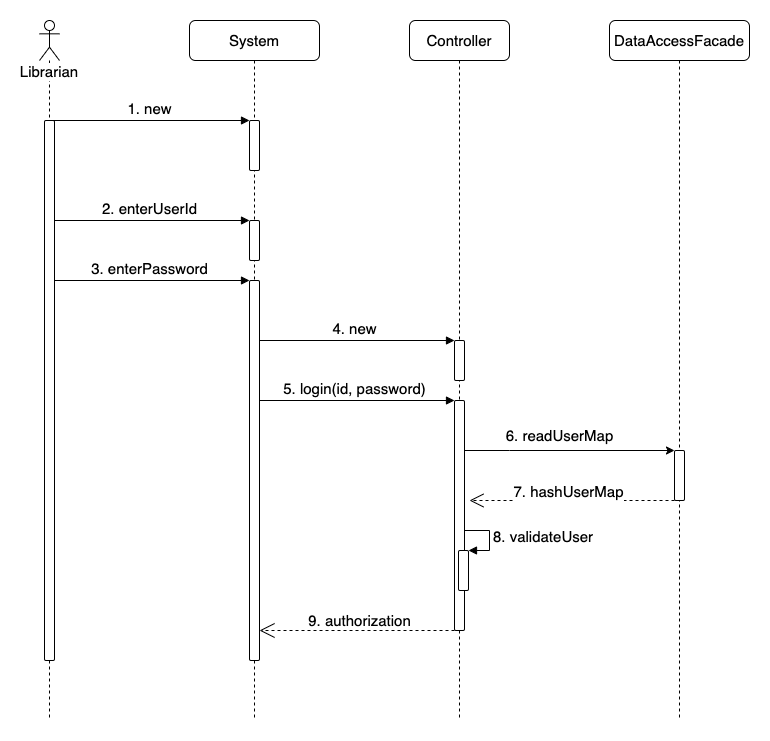
The draw.io diagram uml/1_LibrarianLoginSequenceDiagram.png in mthuong/mpp-project, before a commit. Source tidied: cells renumbered, new cells last; positions are measured from the earlier drawing's top-left corner, leaving out a move shared by most shapes.
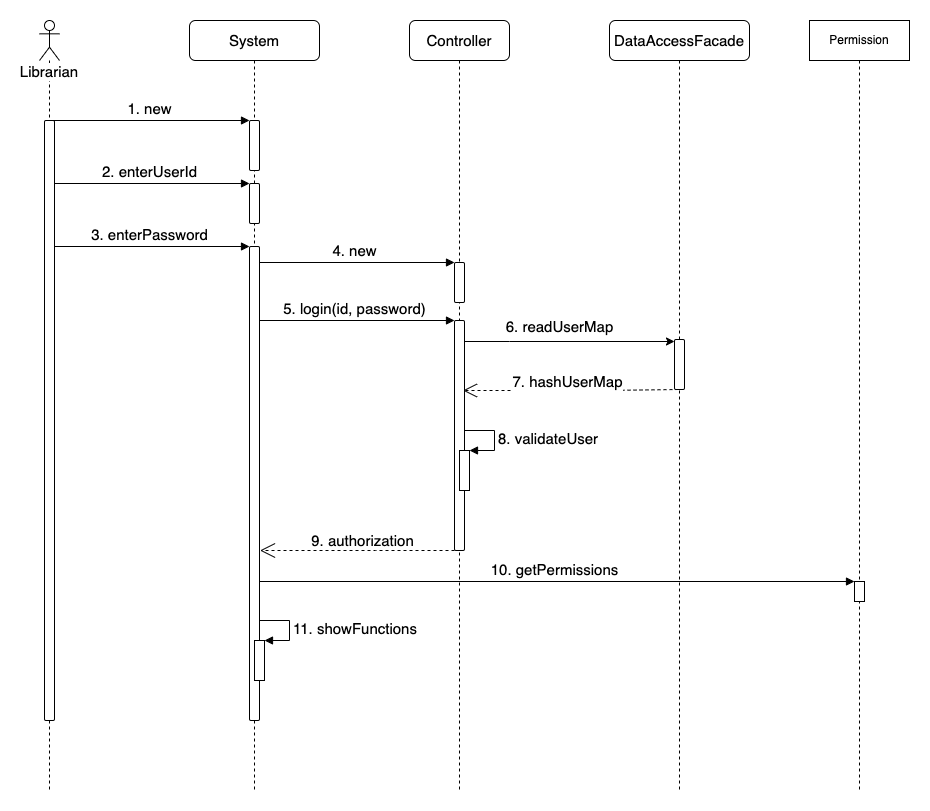
After the change.

Commit message:
Update logiin sequence diagram

Change to the diagram source:
```diff
@@ -2,6 +2,12 @@
   <root>
     <mxCell id="0" />
     <mxCell id="1" parent="0" />
+    <mxCell id="24" value="&lt;font style=&quot;font-size: 15px&quot;&gt;10. getPermissions&lt;/font&gt;" style="html=1;verticalAlign=bottom;endArrow=block;entryX=0;entryY=0;rounded=0;" parent="1" edge="1">
+      <mxGeometry relative="1" as="geometry">
+        <mxPoint x="214.5" y="561" as="sourcePoint" />
+        <mxPoint x="815" y="561" as="targetPoint" />
+      </mxGeometry>
+    </mxCell>
     <mxCell id="2" value="5. login(id, password)" style="html=1;verticalAlign=bottom;endArrow=block;entryX=0;entryY=0;rounded=0;fontSize=15;" parent="1" edge="1" source="8" target="16">
       <mxGeometry relative="1" as="geometry" />
     </mxCell>
@@ -15,64 +21,78 @@
       <mxGeometry relative="1" as="geometry" />
     </mxCell>
     <mxCell id="6" value="Librarian" style="shape=umlLifeline;participant=umlActor;perimeter=lifelinePerimeter;whiteSpace=wrap;html=1;verticalAlign=top;spacingTop=36;outlineConnect=0;sketch=0;shadow=0;rounded=0;glass=0;gradientColor=none;fontSize=15;spacing=2;labelBackgroundColor=default;" parent="1" vertex="1">
-      <mxGeometry width="20" height="700" as="geometry" />
+      <mxGeometry width="20" height="770" as="geometry" />
     </mxCell>
     <mxCell id="7" style="html=1;perimeter=orthogonalPerimeter;rounded=1;shadow=0;glass=0;sketch=0;fontSize=15;gradientColor=none;" parent="6" vertex="1">
-      <mxGeometry x="5" y="100" width="10" height="540" as="geometry" />
+      <mxGeometry x="5" y="100" width="10" height="600" as="geometry" />
     </mxCell>
     <mxCell id="8" value="System" style="shape=umlLifeline;perimeter=lifelinePerimeter;whiteSpace=wrap;html=1;outlineConnect=0;rounded=1;shadow=0;glass=0;sketch=0;fontSize=15;gradientColor=none;" parent="1" vertex="1">
-      <mxGeometry x="150" width="130" height="700" as="geometry" />
+      <mxGeometry x="150" width="130" height="770" as="geometry" />
     </mxCell>
     <mxCell id="9" style="html=1;points=[];perimeter=orthogonalPerimeter;rounded=1;shadow=0;glass=0;sketch=0;fontSize=15;gradientColor=none;" parent="8" vertex="1">
       <mxGeometry x="60" y="100" width="10" height="50" as="geometry" />
     </mxCell>
     <mxCell id="10" style="html=1;points=[];perimeter=orthogonalPerimeter;rounded=1;shadow=0;glass=0;sketch=0;fontSize=15;gradientColor=none;" parent="8" vertex="1">
-      <mxGeometry x="60" y="200" width="10" height="40" as="geometry" />
+      <mxGeometry x="60" y="163" width="10" height="40" as="geometry" />
     </mxCell>
     <mxCell id="11" style="html=1;points=[];perimeter=orthogonalPerimeter;rounded=1;shadow=0;glass=0;sketch=0;fontSize=15;gradientColor=none;" parent="8" vertex="1">
-      <mxGeometry x="60" y="260" width="10" height="380" as="geometry" />
+      <mxGeometry x="60" y="226" width="10" height="474" as="geometry" />
     </mxCell>
+    <mxCell id="25" style="html=1;points=[];perimeter=orthogonalPerimeter;fontSize=15;" parent="8" vertex="1">
+      <mxGeometry x="65" y="620" width="10" height="40" as="geometry" />
+    </mxCell>
+    <mxCell id="26" value="11. showFunctions" style="edgeStyle=orthogonalEdgeStyle;html=1;align=left;spacingLeft=2;endArrow=block;rounded=0;entryX=1;entryY=0;fontSize=15;" parent="8" edge="1" target="25">
+      <mxGeometry relative="1" as="geometry">
+        <mxPoint x="70" y="600" as="sourcePoint" />
+        <Array as="points">
+          <mxPoint x="100" y="600" />
+        </Array>
+      </mxGeometry>
+    </mxCell>
     <mxCell id="12" value="1. new" style="html=1;verticalAlign=bottom;endArrow=block;entryX=0;entryY=0;rounded=0;fontSize=15;" parent="1" edge="1" source="6" target="9">
       <mxGeometry relative="1" as="geometry" />
     </mxCell>
     <mxCell id="13" value="Controller" style="shape=umlLifeline;perimeter=lifelinePerimeter;whiteSpace=wrap;html=1;rounded=1;shadow=0;glass=0;sketch=0;fontSize=15;gradientColor=none;" parent="1" vertex="1">
-      <mxGeometry x="370" width="100" height="700" as="geometry" />
+      <mxGeometry x="370" width="100" height="770" as="geometry" />
     </mxCell>
-    <mxCell id="14" value="8. validateUser" style="edgeStyle=orthogonalEdgeStyle;html=1;align=left;spacingLeft=2;endArrow=block;rounded=0;entryX=1;entryY=0;fontSize=15;" parent="13" edge="1" target="17">
-      <mxGeometry relative="1" as="geometry">
-        <mxPoint x="50" y="510" as="sourcePoint" />
-        <Array as="points">
-          <mxPoint x="80" y="510" />
-        </Array>
-      </mxGeometry>
-    </mxCell>
     <mxCell id="15" style="html=1;points=[];perimeter=orthogonalPerimeter;rounded=1;shadow=0;glass=0;sketch=0;fontSize=15;gradientColor=none;" parent="13" vertex="1">
-      <mxGeometry x="45" y="320" width="10" height="40" as="geometry" />
+      <mxGeometry x="45" y="242" width="10" height="40" as="geometry" />
     </mxCell>
     <mxCell id="16" style="html=1;points=[];perimeter=orthogonalPerimeter;rounded=1;shadow=0;glass=0;sketch=0;fontSize=15;gradientColor=none;" parent="13" vertex="1">
-      <mxGeometry x="45" y="380" width="10" height="230" as="geometry" />
+      <mxGeometry x="45" y="300" width="10" height="230" as="geometry" />
     </mxCell>
-    <mxCell id="17" style="html=1;points=[];perimeter=orthogonalPerimeter;rounded=1;shadow=0;glass=0;sketch=0;fontSize=15;gradientColor=none;" parent="13" vertex="1">
-      <mxGeometry x="49" y="530" width="10" height="40" as="geometry" />
-    </mxCell>
+    <mxCell id="27" style="html=1;points=[];perimeter=orthogonalPerimeter;fontSize=15;" parent="13" vertex="1">
+      <mxGeometry x="50" y="430" width="10" height="40" as="geometry" />
+    </mxCell>
+    <mxCell id="14" value="8. validateUser" style="edgeStyle=orthogonalEdgeStyle;html=1;align=left;spacingLeft=2;endArrow=block;rounded=0;entryX=1;entryY=0;fontSize=15;" parent="13" edge="1" target="27">
+      <mxGeometry relative="1" as="geometry">
+        <mxPoint x="55" y="410" as="sourcePoint" />
+        <Array as="points">
+          <mxPoint x="85" y="410" />
+        </Array>
+      </mxGeometry>
+    </mxCell>
     <mxCell id="18" value="DataAccessFacade" style="shape=umlLifeline;perimeter=lifelinePerimeter;whiteSpace=wrap;html=1;rounded=1;shadow=0;glass=0;sketch=0;fontSize=15;gradientColor=none;" parent="1" vertex="1">
-      <mxGeometry x="570" width="140" height="700" as="geometry" />
+      <mxGeometry x="570" width="140" height="770" as="geometry" />
     </mxCell>
     <mxCell id="19" style="html=1;points=[];perimeter=orthogonalPerimeter;rounded=1;shadow=0;glass=0;sketch=0;fontSize=15;gradientColor=none;" parent="18" vertex="1">
-      <mxGeometry x="65" y="430" width="10" height="50" as="geometry" />
+      <mxGeometry x="65" y="319" width="10" height="50" as="geometry" />
     </mxCell>
-    <mxCell id="20" value="6.&amp;nbsp;readUserMap" style="rounded=0;jettySize=auto;html=1;fontSize=15;" parent="1" edge="1" source="16" target="19">
+    <mxCell id="20" value="6.&amp;nbsp;readUserMap" style="rounded=0;orthogonalLoop=1;jettySize=auto;html=1;fontSize=15;" parent="1" edge="1">
       <mxGeometry x="-0.1" y="15" relative="1" as="geometry">
+        <mxPoint x="425" y="321" as="sourcePoint" />
+        <mxPoint x="635" y="321" as="targetPoint" />
         <Array as="points">
-          <mxPoint x="470" y="430" />
+          <mxPoint x="470" y="321" />
         </Array>
       </mxGeometry>
     </mxCell>
-    <mxCell id="21" style="edgeStyle=none;rounded=0;jettySize=auto;html=1;fontSize=15;dashed=1;endArrow=open;endFill=0;endSize=12;" parent="1" edge="1" source="19">
+    <mxCell id="21" style="edgeStyle=none;rounded=0;orthogonalLoop=1;jettySize=auto;html=1;fontSize=15;dashed=1;endArrow=open;endFill=0;endSize=12;" parent="1" edge="1">
       <mxGeometry relative="1" as="geometry">
-        <mxPoint x="430" y="480" as="targetPoint" />
+        <mxPoint x="639" y="369" as="sourcePoint" />
+        <mxPoint x="423.5" y="370" as="targetPoint" />
         <Array as="points">
-          <mxPoint x="570" y="480" />
+          <mxPoint x="564" y="370" />
         </Array>
       </mxGeometry>
     </mxCell>
@@ -81,13 +101,20 @@
         <mxPoint y="-7" as="offset" />
       </mxGeometry>
     </mxCell>
-    <mxCell id="23" value="9. authorization" style="edgeStyle=none;rounded=0;jettySize=auto;html=1;fontSize=15;dashed=1;endArrow=open;endFill=0;endSize=13;" parent="1" edge="1" source="16">
+    <mxCell id="23" value="9. authorization" style="edgeStyle=none;rounded=0;orthogonalLoop=1;jettySize=auto;html=1;fontSize=15;dashed=1;endArrow=open;endFill=0;endSize=13;" parent="1" edge="1">
       <mxGeometry x="-0.03" y="-10" relative="1" as="geometry">
-        <mxPoint x="220" y="610" as="targetPoint" />
+        <mxPoint x="421" y="530" as="sourcePoint" />
+        <mxPoint x="220.5" y="530" as="targetPoint" />
         <Array as="points">
-          <mxPoint x="350" y="610" />
+          <mxPoint x="336" y="530" />
         </Array>
       </mxGeometry>
     </mxCell>
+    <mxCell id="28" value="Permission" style="shape=umlLifeline;perimeter=lifelinePerimeter;whiteSpace=wrap;html=1;" parent="1" vertex="1">
+      <mxGeometry x="770" width="100" height="770" as="geometry" />
+    </mxCell>
+    <mxCell id="29" style="html=1;perimeter=orthogonalPerimeter;" parent="28" vertex="1">
+      <mxGeometry x="45" y="561" width="10" height="20" as="geometry" />
+    </mxCell>
   </root>
 </mxGraphModel>
```
